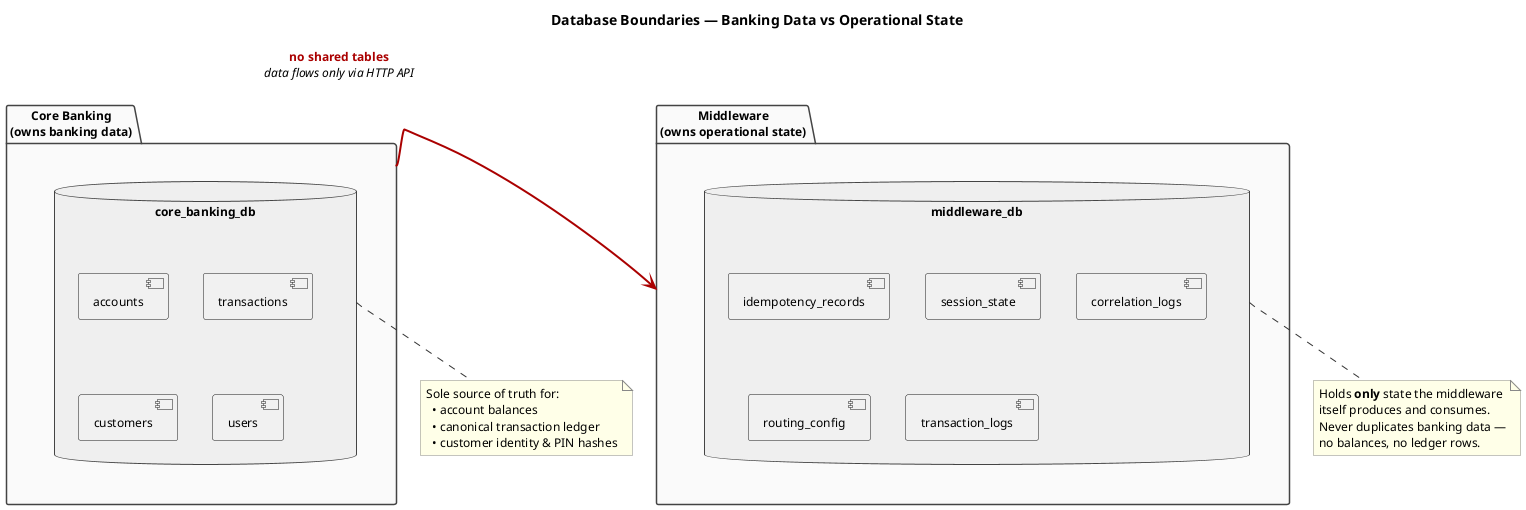
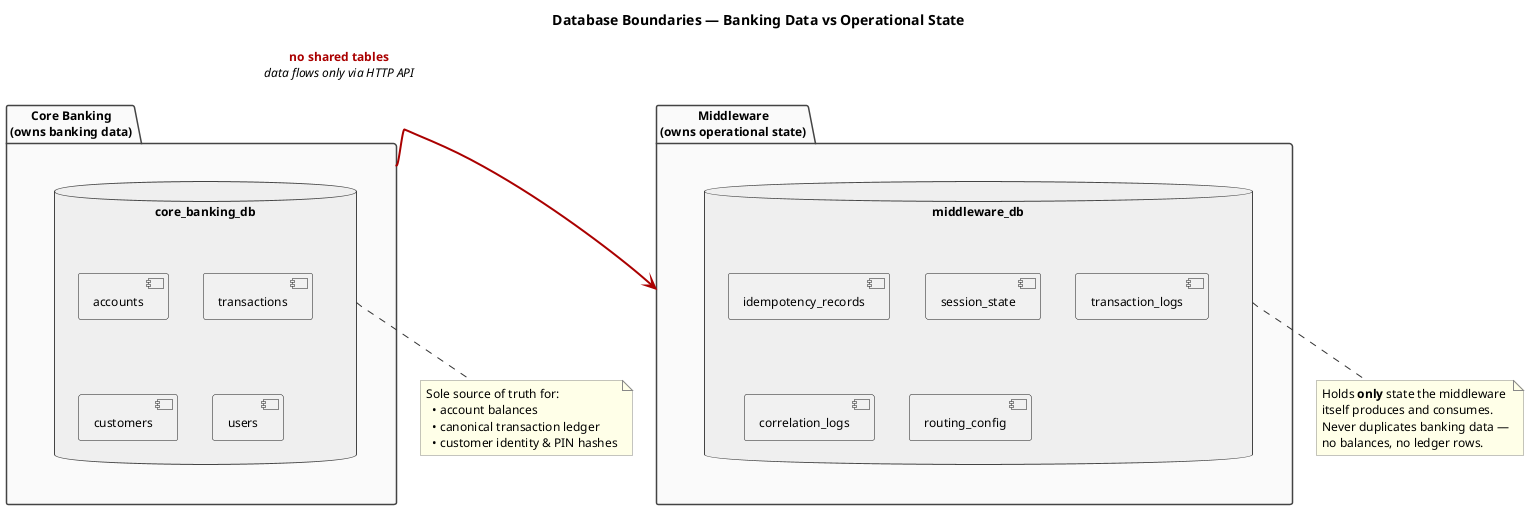
@startuml database_boundaries
title Database Boundaries — Banking Data vs Operational State

' ── Styling ──────────────────────────────────────────────────────────────────
skinparam shadowing false
skinparam defaultFontName Helvetica
skinparam defaultFontSize 12
skinparam ArrowColor #333333

skinparam package {
  BackgroundColor #FAFAFA
  BorderColor #444444
  FontStyle bold
}
skinparam database {
  BackgroundColor #EFEFEF
  BorderColor #444444
}
skinparam note {
  BackgroundColor #FFFFE8
  BorderColor #888888
}

' ── Core Banking side ────────────────────────────────────────────────────────
package "Core Banking\n(owns banking data)" as PKG_CB {
  database "**core_banking_db**" as CBDB {
    [accounts]
    [transactions]
    [customers]
    [users]
  }
}

note bottom of CBDB
  Sole source of truth for:
    • account balances
    • canonical transaction ledger
    • customer identity & PIN hashes
end note

' ── Middleware side ──────────────────────────────────────────────────────────
package "Middleware\n(owns operational state)" as PKG_MW {
  database "**middleware_db**" as MWDB {
    [idempotency_records]
    [session_state]
+     [transaction_logs]
    [correlation_logs]
    [routing_config]
-     [transaction_logs]
  }
}

note bottom of MWDB
  Holds **only** state the middleware
  itself produces and consumes.
  Never duplicates banking data —
  no balances, no ledger rows.
end note

' ── The rule ─────────────────────────────────────────────────────────────────
PKG_CB -[#AA0000,thickness=2]right-> PKG_MW : <b><color:#AA0000>no shared tables</color></b>\n<i>data flows only via HTTP API</i>

@enduml
